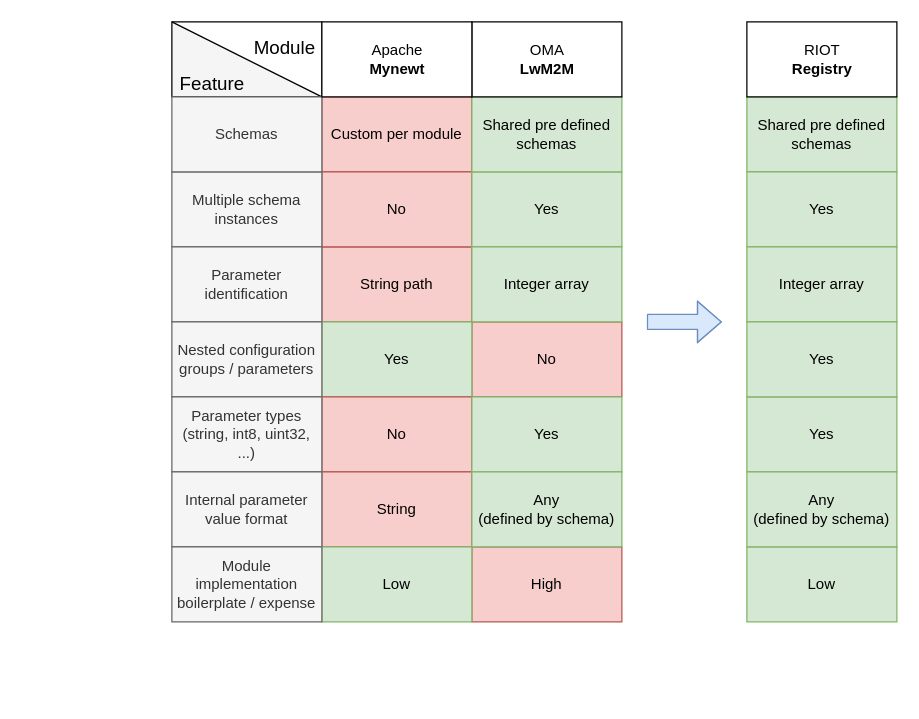
The draw.io diagram doc/drawio/related_work_influences.drawio in LasseRosenow/riot-runtime-config, before the edit. Source tidied: cells renumbered, new cells numbered last; positions are measured from the earlier drawing's top-left corner, leaving out a move shared by most shapes. Both pictures are drawn from the tidied source at 125%, with x=0, y=0 at pixel (168, 21).
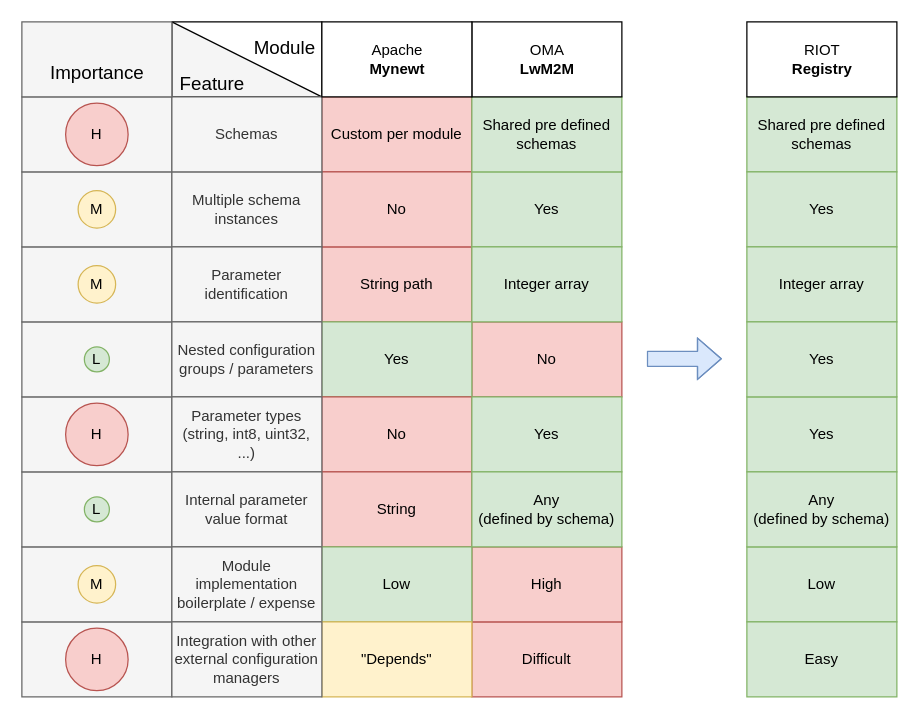
Above is the later version.

The edit, as a diff of the source:
```diff
@@
+    <mxCell id="41" style="rounded=0;whiteSpace=wrap;html=1;fillColor=#f5f5f5;strokeColor=#666666;fontColor=#333333;" parent="1" vertex="1">
+      <mxGeometry x="-117" y="480" width="120" height="60" as="geometry" />
+    </mxCell>
+    <mxCell id="42" style="rounded=0;whiteSpace=wrap;html=1;fillColor=#f5f5f5;strokeColor=#666666;fontColor=#333333;" parent="1" vertex="1">
+      <mxGeometry x="-117" y="420" width="120" height="60" as="geometry" />
+    </mxCell>
+    <mxCell id="43" style="rounded=0;whiteSpace=wrap;html=1;fillColor=#f5f5f5;strokeColor=#666666;fontColor=#333333;" parent="1" vertex="1">
+      <mxGeometry x="-117" y="360" width="120" height="60" as="geometry" />
+    </mxCell>
+    <mxCell id="44" style="rounded=0;whiteSpace=wrap;html=1;fillColor=#f5f5f5;strokeColor=#666666;fontColor=#333333;" parent="1" vertex="1">
+      <mxGeometry x="-117" y="300" width="120" height="60" as="geometry" />
+    </mxCell>
+    <mxCell id="45" style="rounded=0;whiteSpace=wrap;html=1;fillColor=#f5f5f5;strokeColor=#666666;fontColor=#333333;" parent="1" vertex="1">
+      <mxGeometry x="-117" y="240" width="120" height="60" as="geometry" />
+    </mxCell>
+    <mxCell id="46" style="rounded=0;whiteSpace=wrap;html=1;fillColor=#f5f5f5;strokeColor=#666666;fontColor=#333333;" parent="1" vertex="1">
+      <mxGeometry x="-117" y="180" width="120" height="60" as="geometry" />
+    </mxCell>
+    <mxCell id="47" style="rounded=0;whiteSpace=wrap;html=1;fillColor=#f5f5f5;strokeColor=#666666;fontColor=#333333;" parent="1" vertex="1">
+      <mxGeometry x="-117" y="120" width="120" height="60" as="geometry" />
+    </mxCell>
+    <mxCell id="48" style="rounded=0;whiteSpace=wrap;html=1;fillColor=#f5f5f5;strokeColor=#666666;fontColor=#333333;" parent="1" vertex="1">
+      <mxGeometry x="-117" y="60" width="120" height="60" as="geometry" />
+    </mxCell>
+    <mxCell id="49" value="Difficult" style="rounded=0;whiteSpace=wrap;html=1;fillColor=#f8cecc;strokeColor=#b85450;" parent="1" vertex="1">
+      <mxGeometry x="243" y="480" width="120" height="60" as="geometry" />
+    </mxCell>
@@
     <mxCell id="39" style="shape=flexArrow;endArrow=classic;html=1;width=12;endSize=6;fillColor=#dae8fc;strokeColor=#6c8ebf;" parent="1" edge="1">
       <mxGeometry relative="1" as="geometry">
-        <mxPoint x="383" y="240" as="sourcePoint" />
-        <mxPoint x="443" y="240" as="targetPoint" />
+        <mxPoint x="383" y="269.5" as="sourcePoint" />
+        <mxPoint x="443" y="269.5" as="targetPoint" />
         <Array as="points">
-          <mxPoint x="413" y="240" />
+          <mxPoint x="413" y="269.5" />
         </Array>
       </mxGeometry>
     </mxCell>
@@
+    <mxCell id="50" value="&quot;Depends&quot;" style="rounded=0;whiteSpace=wrap;html=1;fillColor=#fff2cc;strokeColor=#d6b656;" parent="1" vertex="1">
+      <mxGeometry x="123" y="480" width="120" height="60" as="geometry" />
+    </mxCell>
+    <mxCell id="51" value="Easy" style="rounded=0;whiteSpace=wrap;html=1;fillColor=#d5e8d4;strokeColor=#82b366;" parent="1" vertex="1">
+      <mxGeometry x="463" y="480" width="120" height="60" as="geometry" />
+    </mxCell>
+    <mxCell id="52" value="Integration with other external configuration managers" style="rounded=0;whiteSpace=wrap;html=1;fillColor=#f5f5f5;strokeColor=#666666;fontColor=#333333;" parent="1" vertex="1">
+      <mxGeometry x="3" y="480" width="120" height="60" as="geometry" />
+    </mxCell>
+    <mxCell id="53" value="H" style="ellipse;whiteSpace=wrap;html=1;fillColor=#f8cecc;strokeColor=#b85450;" parent="1" vertex="1">
+      <mxGeometry x="-82" y="65" width="50" height="50" as="geometry" />
+    </mxCell>
+    <mxCell id="54" value="M" style="ellipse;whiteSpace=wrap;html=1;fillColor=#fff2cc;strokeColor=#d6b656;" parent="1" vertex="1">
+      <mxGeometry x="-72" y="135" width="30" height="30" as="geometry" />
+    </mxCell>
+    <mxCell id="55" value="M" style="ellipse;whiteSpace=wrap;html=1;fillColor=#fff2cc;strokeColor=#d6b656;" parent="1" vertex="1">
+      <mxGeometry x="-72" y="195" width="30" height="30" as="geometry" />
+    </mxCell>
+    <mxCell id="56" value="L" style="ellipse;whiteSpace=wrap;html=1;fillColor=#d5e8d4;strokeColor=#82b366;" parent="1" vertex="1">
+      <mxGeometry x="-67" y="260" width="20" height="20" as="geometry" />
+    </mxCell>
+    <mxCell id="57" value="H" style="ellipse;whiteSpace=wrap;html=1;fillColor=#f8cecc;strokeColor=#b85450;" parent="1" vertex="1">
+      <mxGeometry x="-82" y="305" width="50" height="50" as="geometry" />
+    </mxCell>
+    <mxCell id="58" value="L" style="ellipse;whiteSpace=wrap;html=1;fillColor=#d5e8d4;strokeColor=#82b366;" parent="1" vertex="1">
+      <mxGeometry x="-67" y="380" width="20" height="20" as="geometry" />
+    </mxCell>
+    <mxCell id="59" value="M" style="ellipse;whiteSpace=wrap;html=1;fillColor=#fff2cc;strokeColor=#d6b656;" parent="1" vertex="1">
+      <mxGeometry x="-72" y="435" width="30" height="30" as="geometry" />
+    </mxCell>
+    <mxCell id="60" value="H" style="ellipse;whiteSpace=wrap;html=1;fillColor=#f8cecc;strokeColor=#b85450;" parent="1" vertex="1">
+      <mxGeometry x="-82" y="485" width="50" height="50" as="geometry" />
+    </mxCell>
+    <mxCell id="61" style="rounded=0;whiteSpace=wrap;html=1;fillColor=#f5f5f5;strokeColor=#666666;fontColor=#333333;" parent="1" vertex="1">
+      <mxGeometry x="-117" width="120" height="60" as="geometry" />
+    </mxCell>
+    <mxCell id="62" value="&lt;font style=&quot;font-size: 15px&quot;&gt;Importance&lt;/font&gt;" style="text;html=1;align=center;verticalAlign=middle;strokeColor=none;fillColor=none;" parent="1" vertex="1">
+      <mxGeometry x="-102" y="30" width="90" height="20" as="geometry" />
+    </mxCell>
```
